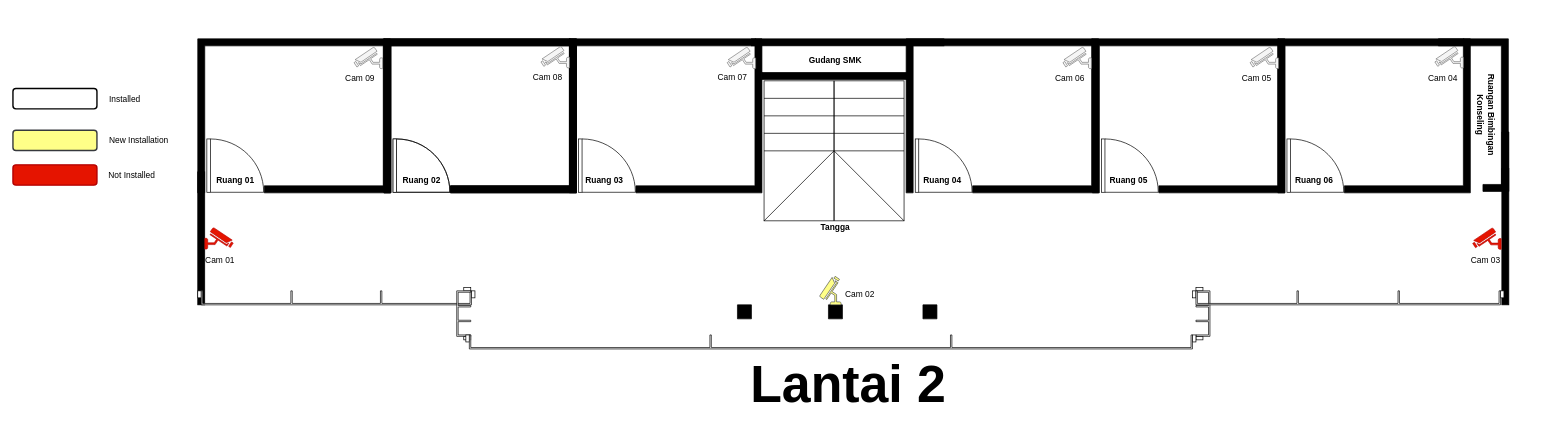
The draw.io diagram page "2nd - floor" (2 of 4) of Diagram Tanpa Judul.drawio in mohammadrifanmushlih17/My-Project-Draw, before the edit. Source tidied: cells renumbered, new cells numbered last; positions are measured from the earlier drawing's top-left corner, leaving out a move shared by most shapes. Both pictures are drawn from the tidied source at 70%, with x=0, y=0 at pixel (13, 38).
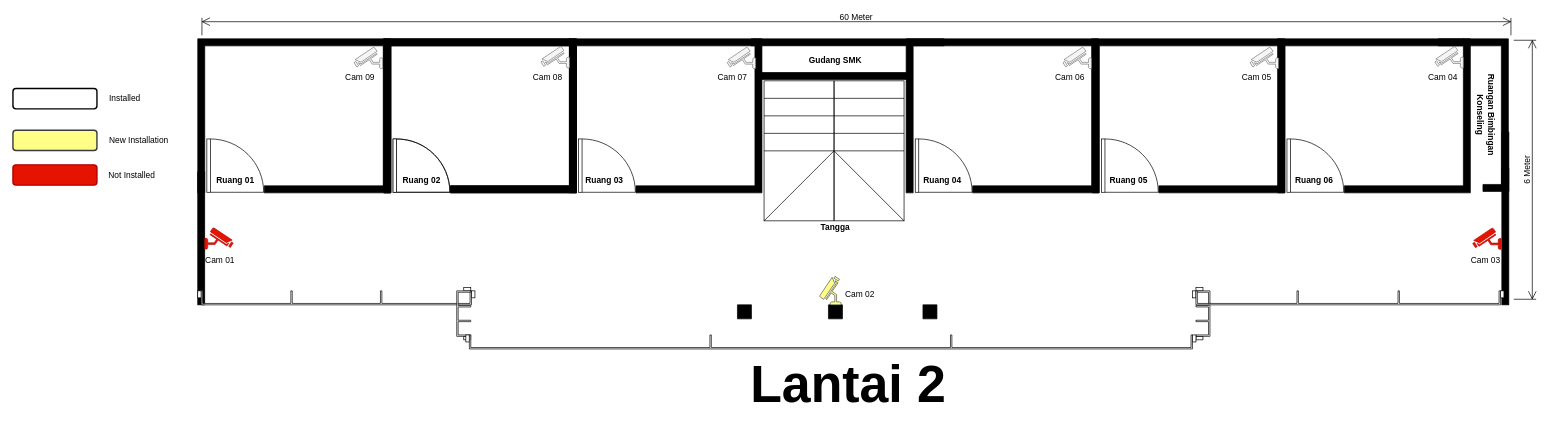
After the change.

The edit, as a diff of the source:
```diff
@@
+    <mxCell id="77" value="60 Meter" style="shape=dimension;direction=west;whiteSpace=wrap;html=1;align=center;verticalAlign=top;spacingTop=-15;labelBackgroundColor=none;" parent="1" vertex="1">
+      <mxGeometry x="270" y="-30" width="1870" height="25" as="geometry" />
+    </mxCell>
+    <mxCell id="78" value="6 Meter" style="shape=dimension;direction=north;whiteSpace=wrap;html=1;align=center;verticalAlign=bottom;labelBackgroundColor=none;horizontal=0;spacingBottom=3;" parent="1" vertex="1">
+      <mxGeometry x="2144" y="2" width="32" height="370" as="geometry" />
+    </mxCell>
```
